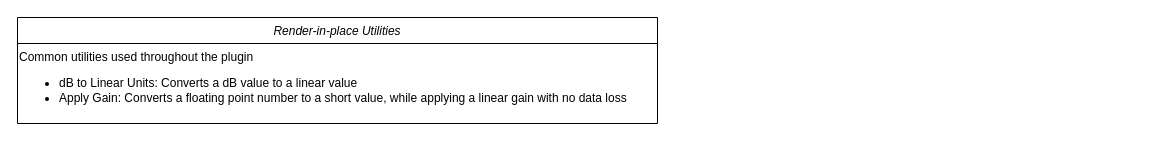
Above: Render-In-PlaceUtilities.drawio in Saber033/Comp-Sci-IA (draw.io), before the change. Source tidied: cells renumbered, new cells numbered last; positions are measured from the earlier drawing's top-left corner, leaving out a move shared by most shapes. Both pictures are drawn from the tidied source at 100%, with x=0, y=0 at pixel (17, 17).
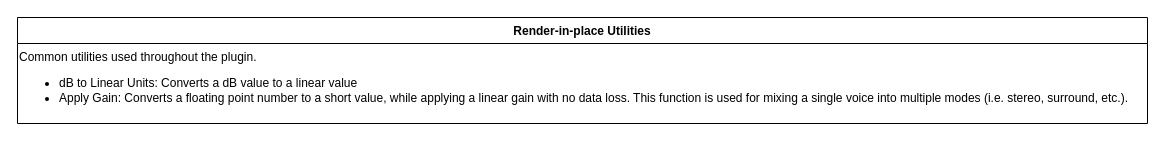
After the change.

What changed in the source:
```diff
@@
 <mxGraphModel>
   <root>
     <mxCell id="0" />
     <mxCell id="1" parent="0" />
-    <mxCell id="2" value="Render-in-place Utilities" style="swimlane;fontStyle=2;align=center;verticalAlign=top;horizontal=1;startSize=26;rounded=0;shadow=0;strokeWidth=1;" parent="1" vertex="1">
-      <mxGeometry width="640" height="106" as="geometry" />
+    <mxCell id="2" value="Render-in-place Utilities" style="swimlane;fontStyle=1;align=center;verticalAlign=top;horizontal=1;startSize=26;rounded=0;shadow=0;strokeWidth=1;" parent="1" vertex="1">
+      <mxGeometry width="1130" height="106" as="geometry" />
     </mxCell>
-    <mxCell id="3" value="&lt;div&gt;Common utilities used throughout the plugin&lt;/div&gt;&lt;ul&gt;&lt;li&gt;dB to Linear Units: Converts a dB value to a linear value&lt;/li&gt;&lt;li&gt;Apply Gain: Converts a floating point number to a short value, while applying a linear gain with no data loss&lt;/li&gt;&lt;/ul&gt;" style="text;html=1;align=left;verticalAlign=middle;strokeColor=none;fillColor=none;" parent="2" vertex="1">
-      <mxGeometry y="26" width="640" height="80" as="geometry" />
+    <mxCell id="3" value="&lt;div&gt;Common utilities used throughout the plugin.&lt;/div&gt;&lt;ul&gt;&lt;li&gt;dB to Linear Units: Converts a dB value to a linear value&lt;/li&gt;&lt;li&gt;Apply Gain: Converts a floating point number to a short value, while applying a linear gain with no data loss. This function is used for mixing a single voice into multiple modes (i.e. stereo, surround, etc.).&lt;/li&gt;&lt;/ul&gt;" style="text;html=1;align=left;verticalAlign=middle;strokeColor=none;fillColor=none;" parent="2" vertex="1">
+      <mxGeometry y="26" width="1130" height="80" as="geometry" />
     </mxCell>
   </root>
 </mxGraphModel>
```
